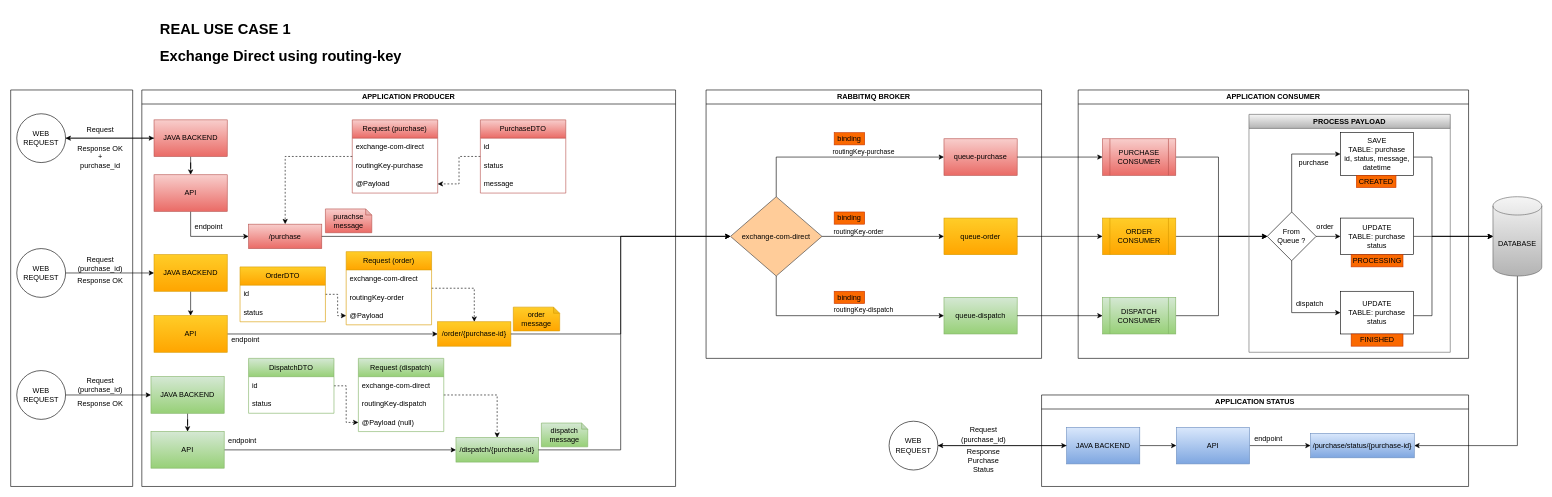
huntercodexs/docker-series keeps this draw.io diagram as page "REAL USE CASE" (2 of 4) of ec2_java_mysql_rabbitmq/midias/scheme-diagram-full.drawio. Above is the earlier version. Source tidied: cells renumbered, new cells numbered last; positions are measured from the earlier drawing's top-left corner, leaving out a move shared by most shapes. Both pictures are drawn from the tidied source at 61%, with x=0, y=0 at pixel (10, 16).
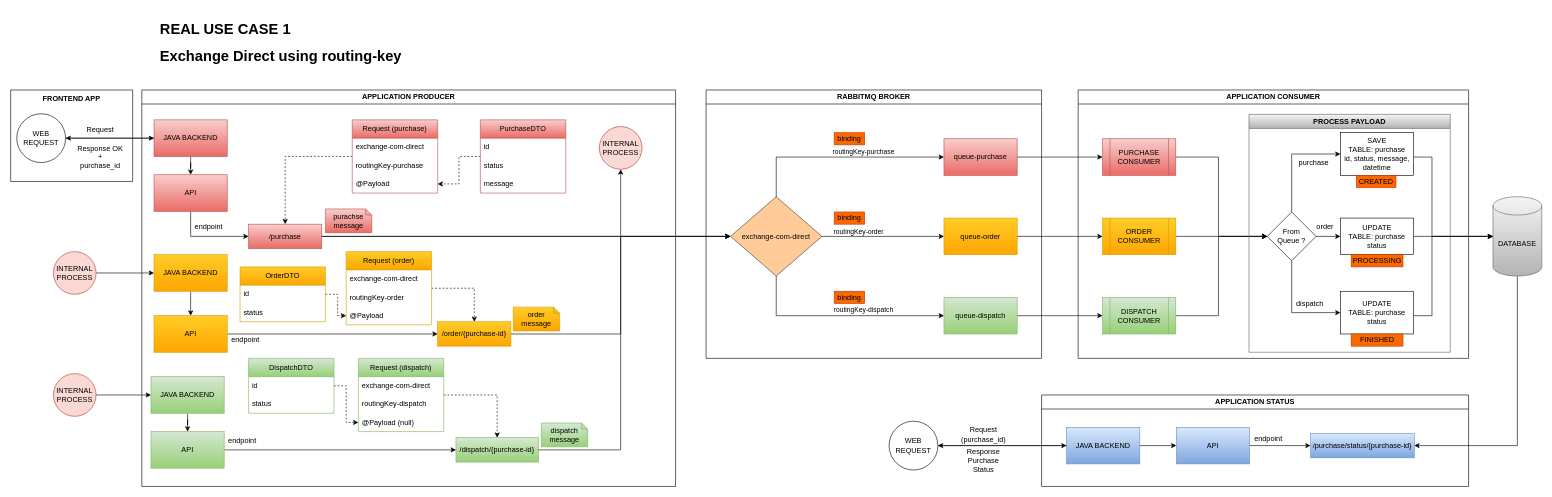
The same diagram, later.

The change refers to these unchanged cells:
```xml
<mxCell id="16" value="APPLICATION PRODUCER" style="swimlane;whiteSpace=wrap;html=1;" parent="1" vertex="1">
  <mxGeometry x="215" y="120" width="875" height="650" as="geometry" />
</mxCell>
<mxCell id="31" value="/purchase" style="rounded=0;whiteSpace=wrap;html=1;fillColor=#f8cecc;gradientColor=#ea6b66;strokeColor=#b85450;" parent="16" vertex="1">
  <mxGeometry x="175" y="220" width="120" height="40" as="geometry" />
</mxCell>
<mxCell id="59" value="JAVA BACKEND" style="rounded=0;whiteSpace=wrap;html=1;fillColor=#ffcd28;gradientColor=#ffa500;strokeColor=#d79b00;" parent="16" vertex="1">
  <mxGeometry x="20" y="270" width="120" height="60" as="geometry" />
</mxCell>
<mxCell id="63" value="JAVA BACKEND" style="rounded=0;whiteSpace=wrap;html=1;fillColor=#d5e8d4;gradientColor=#97d077;strokeColor=#82b366;" parent="16" vertex="1">
  <mxGeometry x="15" y="470" width="120" height="60" as="geometry" />
</mxCell>
```

What changed in the source:
```diff
@@
+    <mxCell id="125" style="edgeStyle=orthogonalEdgeStyle;rounded=0;jettySize=auto;html=1;" parent="16" edge="1" source="31" target="126">
+      <mxGeometry relative="1" as="geometry" />
+    </mxCell>
@@
+    <mxCell id="126" value="&lt;div&gt;INTERNAL&lt;/div&gt;&lt;div&gt;PROCESS&lt;br&gt;&lt;/div&gt;" style="ellipse;whiteSpace=wrap;html=1;fillColor=#fad9d5;strokeColor=#ae4132;" parent="16" vertex="1">
+      <mxGeometry x="750" y="60" width="70" height="70" as="geometry" />
+    </mxCell>
@@
-    <mxCell id="108" style="edgeStyle=orthogonalEdgeStyle;rounded=0;jettySize=auto;html=1;" parent="1" edge="1" source="112" target="59">
+    <mxCell id="108" style="edgeStyle=orthogonalEdgeStyle;rounded=0;jettySize=auto;html=1;exitX=1;exitY=0.5;exitDx=0;exitDy=0;" parent="1" edge="1" source="127" target="59">
       <mxGeometry relative="1" as="geometry" />
     </mxCell>
-    <mxCell id="109" style="edgeStyle=orthogonalEdgeStyle;rounded=0;jettySize=auto;html=1;" parent="1" edge="1" source="111" target="63">
+    <mxCell id="109" style="edgeStyle=orthogonalEdgeStyle;rounded=0;jettySize=auto;html=1;" parent="1" edge="1" source="128" target="63">
       <mxGeometry relative="1" as="geometry" />
     </mxCell>
-    <mxCell id="110" style="swimlane;startSize=0;" parent="1" vertex="1">
-      <mxGeometry y="120" width="200" height="650" as="geometry" />
+    <mxCell id="110" value="&#10;&#10;FRONTEND APP" style="swimlane;startSize=0;" parent="1" vertex="1">
+      <mxGeometry y="120" width="200" height="150" as="geometry" />
     </mxCell>
-    <mxCell id="111" value="&lt;div&gt;WEB&lt;/div&gt;&lt;div&gt;REQUEST&lt;br&gt;&lt;/div&gt;" style="ellipse;whiteSpace=wrap;html=1;" parent="110" vertex="1">
-      <mxGeometry x="10" y="460" width="80" height="80" as="geometry" />
-    </mxCell>
-    <mxCell id="112" value="&lt;div&gt;WEB&lt;/div&gt;&lt;div&gt;REQUEST&lt;br&gt;&lt;/div&gt;" style="ellipse;whiteSpace=wrap;html=1;" parent="110" vertex="1">
-      <mxGeometry x="10" y="260" width="80" height="80" as="geometry" />
-    </mxCell>
@@
-    <mxCell id="116" value="Request (purchase_id)" style="text;html=1;strokeColor=none;fillColor=none;align=center;verticalAlign=middle;whiteSpace=wrap;rounded=0;" parent="110" vertex="1">
-      <mxGeometry x="107" y="270" width="80" height="30" as="geometry" />
-    </mxCell>
-    <mxCell id="117" value="&lt;div&gt;Response OK&lt;/div&gt;" style="text;html=1;strokeColor=none;fillColor=none;align=center;verticalAlign=middle;whiteSpace=wrap;rounded=0;" parent="110" vertex="1">
-      <mxGeometry x="107" y="300" width="80" height="25" as="geometry" />
-    </mxCell>
-    <mxCell id="118" value="Request (purchase_id)" style="text;html=1;strokeColor=none;fillColor=none;align=center;verticalAlign=middle;whiteSpace=wrap;rounded=0;" parent="110" vertex="1">
-      <mxGeometry x="107" y="469" width="80" height="30" as="geometry" />
-    </mxCell>
-    <mxCell id="119" value="&lt;div&gt;Response OK&lt;/div&gt;" style="text;html=1;strokeColor=none;fillColor=none;align=center;verticalAlign=middle;whiteSpace=wrap;rounded=0;" parent="110" vertex="1">
-      <mxGeometry x="107" y="501" width="80" height="27" as="geometry" />
-    </mxCell>
@@
+    <mxCell id="127" value="&lt;div&gt;INTERNAL&lt;/div&gt;&lt;div&gt;PROCESS&lt;br&gt;&lt;/div&gt;" style="ellipse;whiteSpace=wrap;html=1;fillColor=#fad9d5;strokeColor=#ae4132;" parent="1" vertex="1">
+      <mxGeometry x="70" y="385" width="70" height="70" as="geometry" />
+    </mxCell>
+    <mxCell id="128" value="&lt;div&gt;INTERNAL&lt;/div&gt;&lt;div&gt;PROCESS&lt;br&gt;&lt;/div&gt;" style="ellipse;whiteSpace=wrap;html=1;fillColor=#fad9d5;strokeColor=#ae4132;" parent="1" vertex="1">
+      <mxGeometry x="70" y="585" width="70" height="70" as="geometry" />
+    </mxCell>
```
